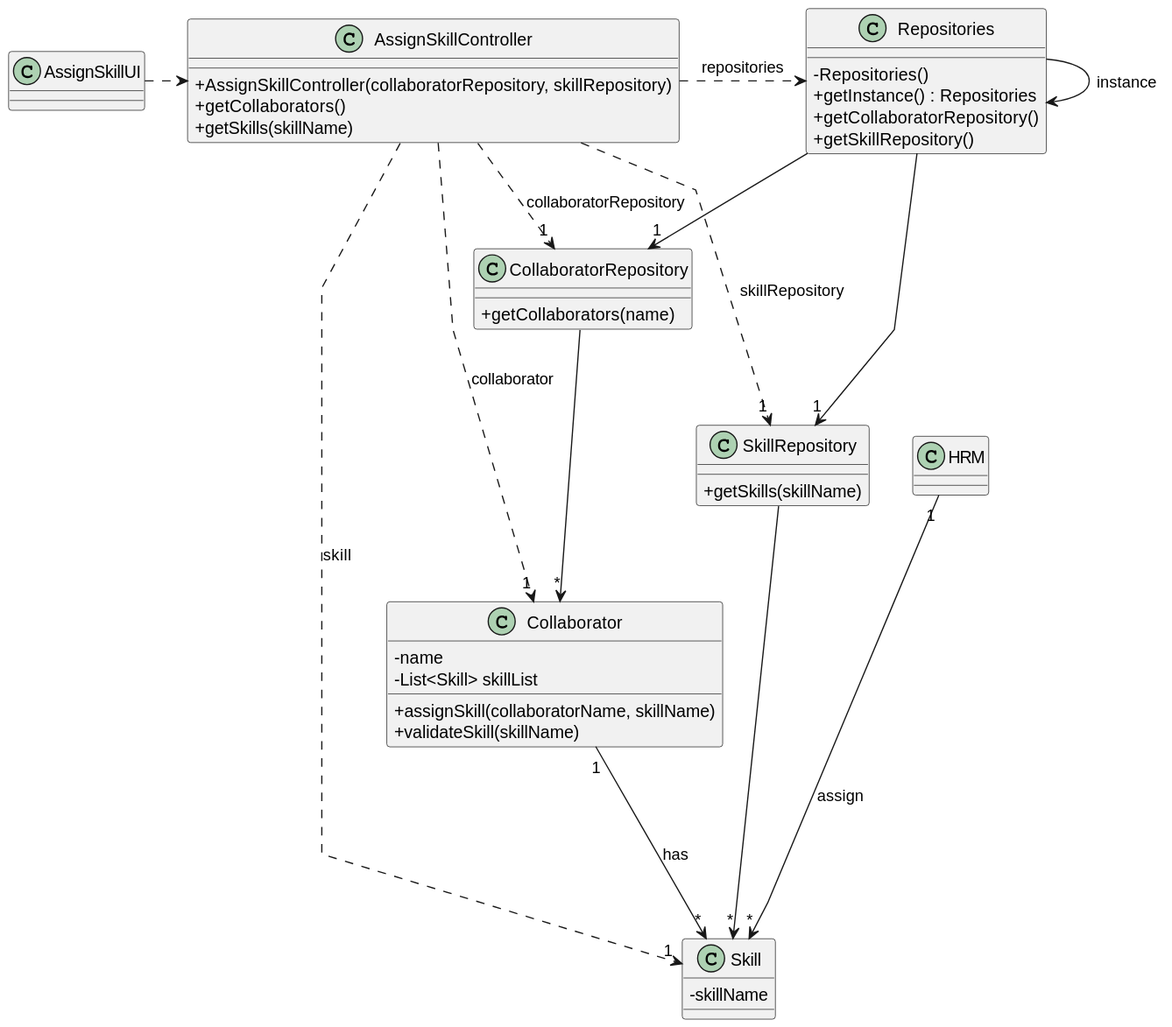
Before: docs/sprintC/us004/03.design/svg/us004-class-diagram.svg, a diagram exported from PlantUML (Departamento-de-Engenharia-Informatica/lei-24-s2-1dkl-g134). Its diagram source:
```plantuml
@startuml
skinparam packageStyle rectangle
skinparam shadowing false
skinparam linetype polyline

skinparam classAttributeIconSize 0


class AssignSkillUI{
}


class AssignSkillController{
    + AssignSkillController(collaboratorRepository, skillRepository)
    + getCollaborators()
    + getSkills(skillName)
 }

class Repositories {
    - Repositories()
    + getInstance() : Repositories
    + getCollaboratorRepository()
    + getSkillRepository()
}

class CollaboratorRepository {
    + getCollaborators(name)
}

class SkillRepository {
    + getSkills(skillName)
}

class Skill{
    - skillName
}

class Collaborator{
    - name
    - List<Skill> skillList
    + assignSkill(collaboratorName, skillName)
    + validateSkill(skillName)
}

class HRM{
}

AssignSkillUI .> AssignSkillController
AssignSkillController .> Repositories : repositories
Repositories --> "1" SkillRepository
Repositories --> "1" CollaboratorRepository
Repositories -> Repositories : instance

SkillRepository --> "*" Skill
CollaboratorRepository --> "*" Collaborator
HRM "1" ----> "*" Skill : assign
AssignSkillController ....> "1" Collaborator : collaborator
AssignSkillController ......> "1" Skill : skill
Collaborator "1" --> "*" Skill : has
AssignSkillController ..> "1" CollaboratorRepository : collaboratorRepository
AssignSkillController ...> "1" SkillRepository : skillRepository
@enduml
```
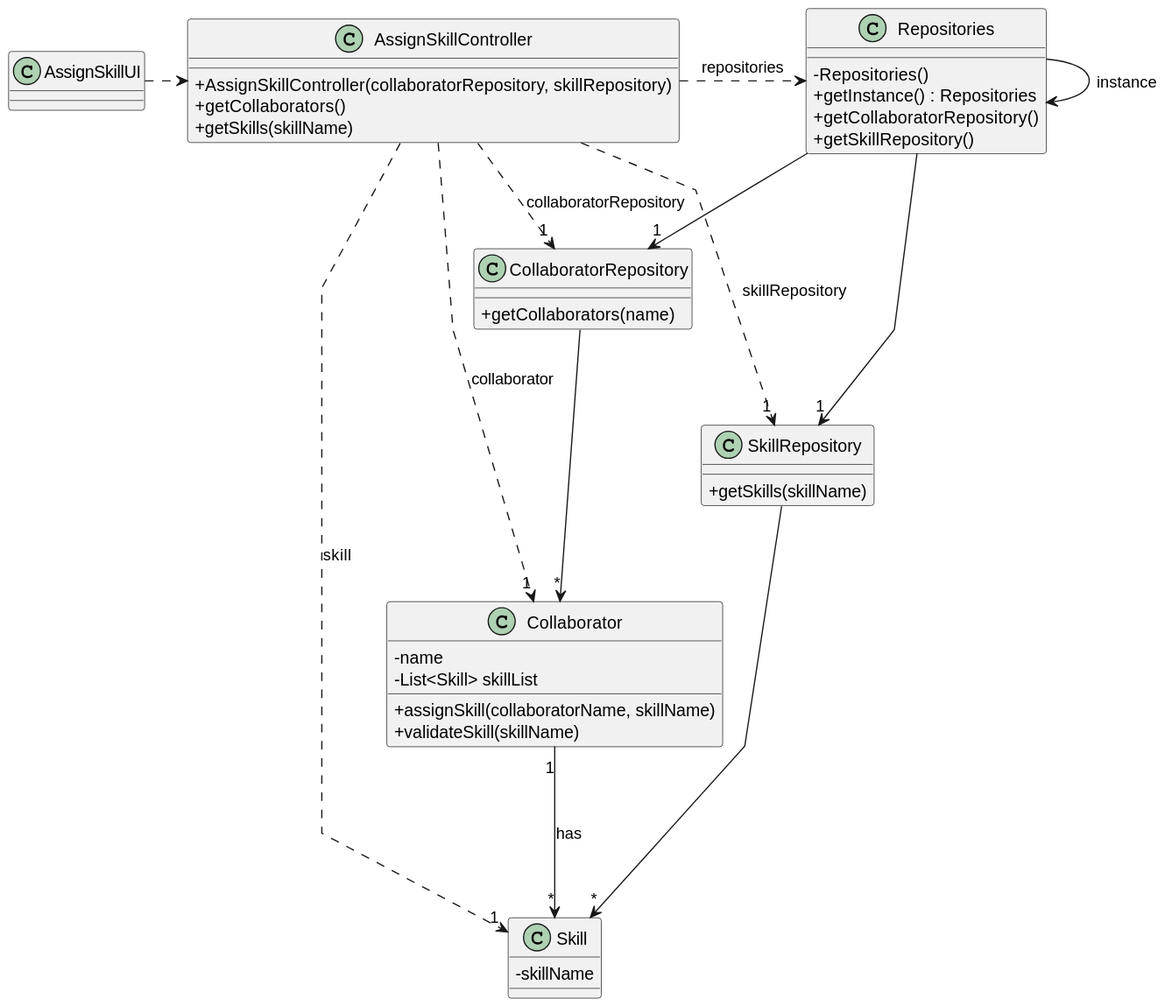
After the change.

The edit, as a diff of the source:
```diff
@@ -42,8 +42,6 @@
     + validateSkill(skillName)
 }
 
-class HRM{
-}
 
 AssignSkillUI .> AssignSkillController
 AssignSkillController .> Repositories : repositories
@@ -53,7 +51,6 @@
 
 SkillRepository --> "*" Skill
 CollaboratorRepository --> "*" Collaborator
-HRM "1" ----> "*" Skill : assign
 AssignSkillController ....> "1" Collaborator : collaborator
 AssignSkillController ......> "1" Skill : skill
 Collaborator "1" --> "*" Skill : has
```
